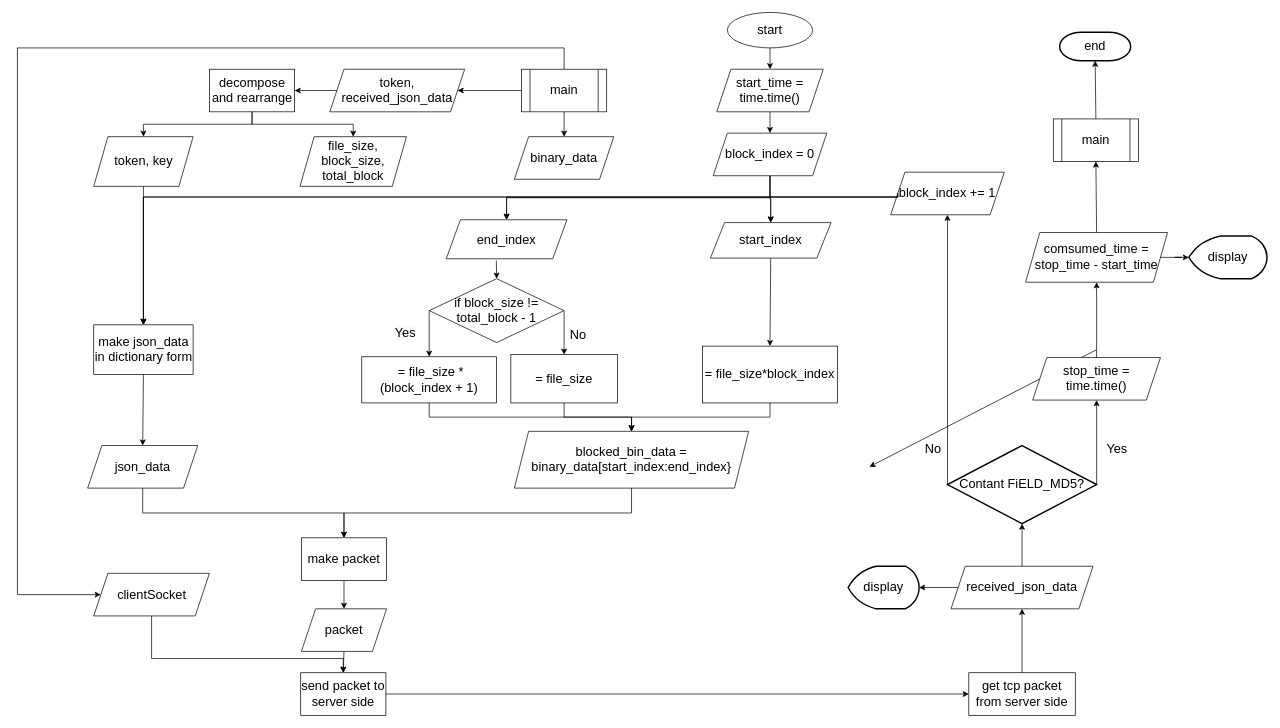
Earlier version of the draw.io diagram page "file uploading" (5 of 5) of diagrams.drawio (1102131860/CAN201). Source tidied: cells renumbered, new cells numbered last; positions are measured from the earlier drawing's top-left corner, leaving out a move shared by most shapes. Both pictures are drawn from the tidied source at 71%, with x=0, y=0 at pixel (17, 12).
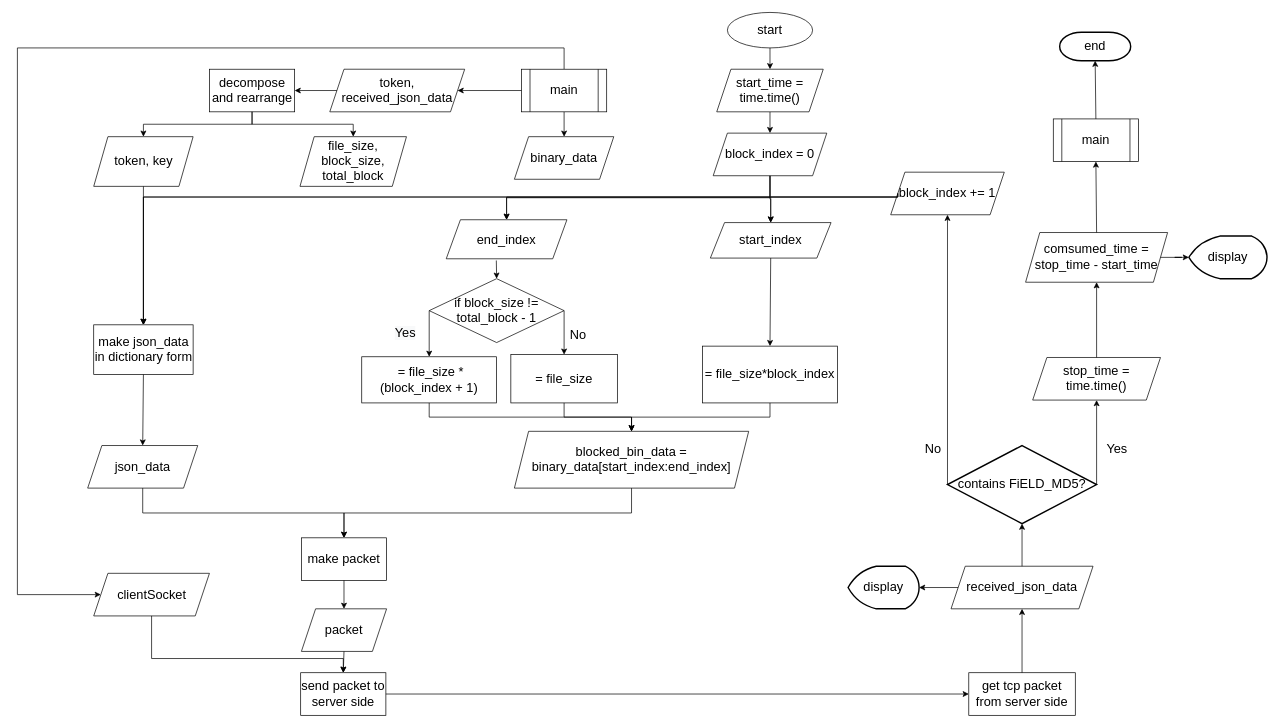
Above is the later version.

The edit, as a diff of the source:
```diff
@@
-    <mxCell id="19" value="blocked_bin_data = binary_data[start_index:end_index}" style="shape=parallelogram;perimeter=parallelogramPerimeter;whiteSpace=wrap;html=1;fixedSize=1;fontSize=18;" parent="1" vertex="1">
+    <mxCell id="19" value="blocked_bin_data = binary_data[start_index:end_index]" style="shape=parallelogram;perimeter=parallelogramPerimeter;whiteSpace=wrap;html=1;fixedSize=1;fontSize=18;" parent="1" vertex="1">
       <mxGeometry x="700" y="590" width="330" height="80" as="geometry" />
     </mxCell>
@@
-    <mxCell id="27" value="Contant FiELD_MD5?" style="strokeWidth=2;html=1;shape=mxgraph.flowchart.decision;whiteSpace=wrap;fontSize=18;" parent="1" vertex="1">
+    <mxCell id="27" value="contains FiELD_MD5?" style="strokeWidth=2;html=1;shape=mxgraph.flowchart.decision;whiteSpace=wrap;fontSize=18;" parent="1" vertex="1">
       <mxGeometry x="1310" y="610" width="210" height="110" as="geometry" />
     </mxCell>
@@
-    <mxCell id="54" style="endArrow=classic;html=1;rounded=0;fontSize=18;entryX=0.5;entryY=1;entryDx=0;entryDy=0;entryPerimeter=0;exitX=0.5;exitY=0;exitDx=0;exitDy=0;" parent="1" edge="1">
-      <mxGeometry relative="1" as="geometry">
-        <mxPoint x="1520" y="475" as="sourcePoint" />
-        <mxPoint x="1200" y="640" as="targetPoint" />
-      </mxGeometry>
-    </mxCell>
```
